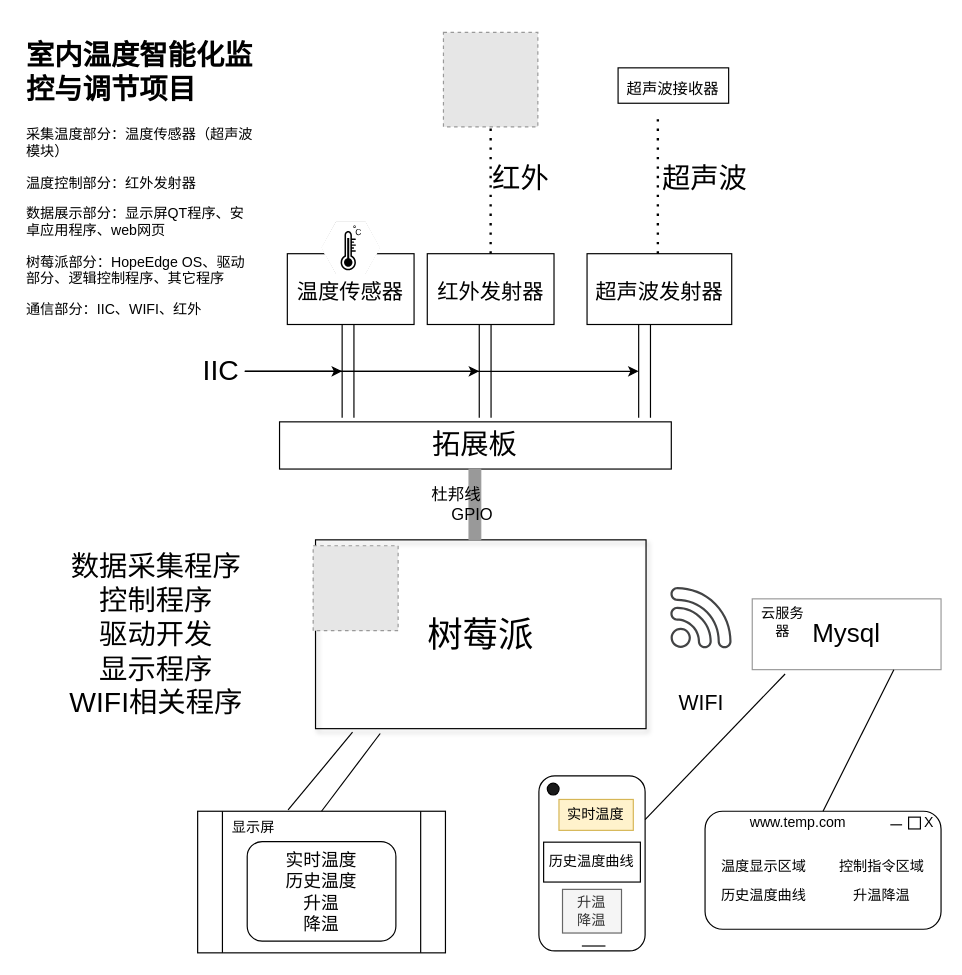
Earlier version of the draw.io diagram file_dir/室内温度智能化监控与调节项目.drawio (voyagerhui/diagrams_files). Source tidied: cells renumbered, new cells numbered last; positions are measured from the earlier drawing's top-left corner, leaving out a move shared by most shapes. Both pictures are drawn from the tidied source at 118%, with x=0, y=0 at pixel (20, 32). Pictures stored in the file or linked from it are replaced by grey dashed boxes.
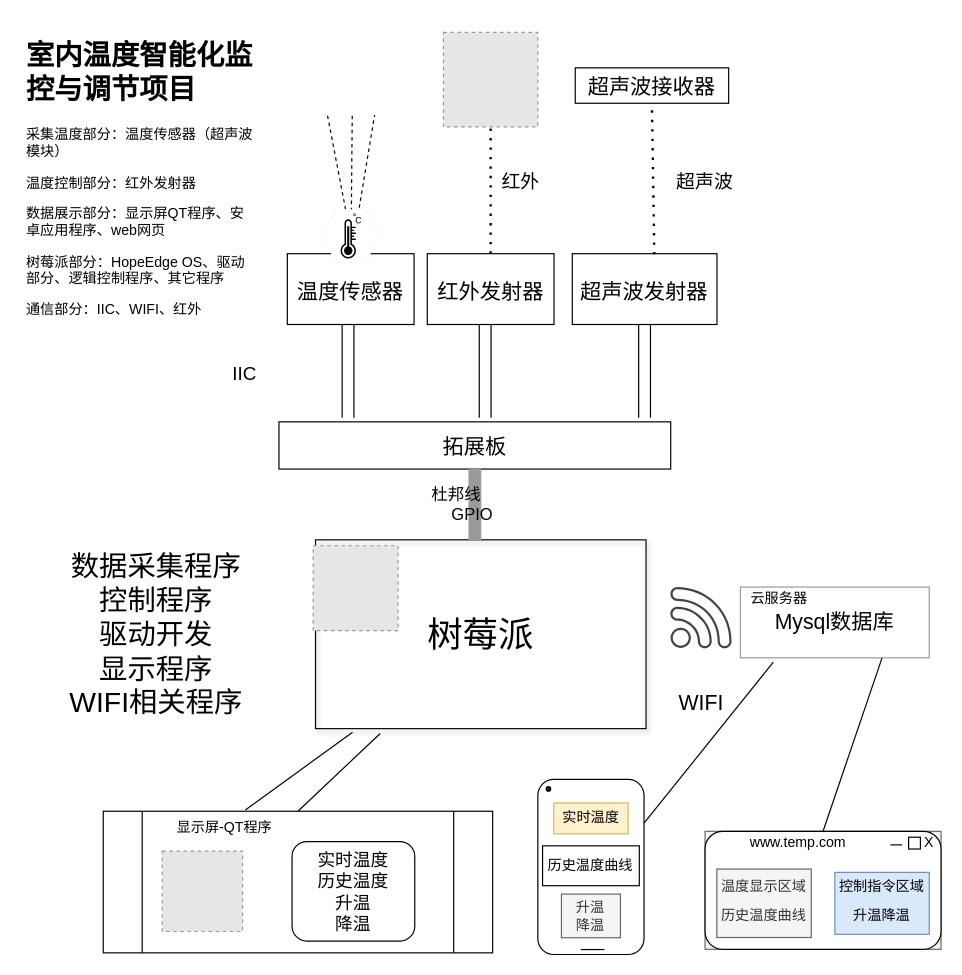
The same diagram, later.

Commit message:
更新室内温度智能化监控与调节项目.drawio

The change refers to these unchanged cells:
```xml
<mxCell id="5" value="&lt;font style=&quot;font-size: 18px&quot;&gt;温度传感器&lt;/font&gt;" style="rounded=0;whiteSpace=wrap;html=1;fontSize=24;" parent="1" vertex="1">
  <mxGeometry x="226" y="187.5" width="107.4" height="60" as="geometry" />
</mxCell>
<mxCell id="6" style="shape=partialRectangle;whiteSpace=wrap;html=1;left=0;right=0;fillColor=none;fontSize=24;rotation=90;" parent="1" vertex="1">
  <mxGeometry x="238.7" y="282.2" width="77.5" height="10" as="geometry" />
</mxCell>
<mxCell id="36" value="&lt;font style=&quot;font-size: 18px&quot;&gt;红外发射器&lt;/font&gt;" style="rounded=0;whiteSpace=wrap;html=1;fontSize=24;" parent="1" vertex="1">
  <mxGeometry x="344.6" y="187.5" width="107.4" height="60" as="geometry" />
</mxCell>
<mxCell id="37" style="shape=partialRectangle;whiteSpace=wrap;html=1;left=0;right=0;fillColor=none;fontSize=24;rotation=90;" parent="1" vertex="1">
  <mxGeometry x="354.9" y="282.2" width="77.5" height="10" as="geometry" />
</mxCell>
<mxCell id="38" style="shape=partialRectangle;whiteSpace=wrap;html=1;left=0;right=0;fillColor=none;fontSize=24;rotation=90;" parent="1" vertex="1">
  <mxGeometry x="490" y="282.2" width="77.5" height="10" as="geometry" />
</mxCell>
<mxCell id="39" style="fillColor=#E6E6E6;strokeColor=#999999;dashed=1;html=1;verticalAlign=top;verticalLabelPosition=bottom;labelBackgroundColor=#ffffff;fontSize=12;" parent="1" vertex="1">
  <mxGeometry x="358.3" width="80" height="80" as="geometry" />
</mxCell>
```

What changed in the source:
```diff
@@
-    <mxCell id="4" value="拓展板" style="rounded=0;whiteSpace=wrap;html=1;fontSize=24;" parent="1" vertex="1">
-      <mxGeometry x="219.4" y="330" width="332" height="40" as="geometry" />
+    <mxCell id="4" value="&lt;font style=&quot;font-size: 18px&quot;&gt;拓展板&lt;/font&gt;" style="rounded=0;whiteSpace=wrap;html=1;fontSize=24;" parent="1" vertex="1">
+      <mxGeometry x="218.9" y="330" width="332" height="40" as="geometry" />
     </mxCell>
@@
-    <mxCell id="7" style="edgeStyle=orthogonalEdgeStyle;rounded=0;jettySize=auto;html=1;fontSize=12;" parent="1" edge="1" source="10" target="6">
-      <mxGeometry relative="1" as="geometry" />
-    </mxCell>
-    <mxCell id="8" style="edgeStyle=orthogonalEdgeStyle;rounded=0;jettySize=auto;html=1;entryX=0.5;entryY=1;entryDx=0;entryDy=0;fontSize=12;" parent="1" edge="1" source="10" target="37">
-      <mxGeometry relative="1" as="geometry" />
-    </mxCell>
-    <mxCell id="9" style="edgeStyle=orthogonalEdgeStyle;rounded=0;jettySize=auto;html=1;entryX=0.5;entryY=1;entryDx=0;entryDy=0;fontSize=12;" parent="1" edge="1" source="10" target="38">
-      <mxGeometry relative="1" as="geometry" />
-    </mxCell>
-    <mxCell id="10" value="IIC" style="text;html=1;strokeColor=none;fillColor=none;align=center;verticalAlign=middle;whiteSpace=wrap;rounded=0;fontSize=24;" parent="1" vertex="1">
-      <mxGeometry x="150" y="273.2" width="40" height="28" as="geometry" />
+    <mxCell id="10" value="&lt;font style=&quot;font-size: 16px&quot;&gt;IIC&lt;/font&gt;" style="text;html=1;strokeColor=none;fillColor=none;align=center;verticalAlign=middle;whiteSpace=wrap;rounded=0;fontSize=24;" parent="1" vertex="1">
+      <mxGeometry x="170" y="273.2" width="40" height="28" as="geometry" />
     </mxCell>
     <mxCell id="11" value="&lt;font style=&quot;font-size: 18px&quot;&gt;超声波发射器&lt;/font&gt;" style="rounded=0;whiteSpace=wrap;html=1;fontSize=24;" parent="1" vertex="1">
-      <mxGeometry x="480" y="187.5" width="122.6" height="60" as="geometry" />
+      <mxGeometry x="467.5" y="187.5" width="122.6" height="60" as="geometry" />
     </mxCell>
-    <mxCell id="12" style="group;" parent="1" vertex="1">
-      <mxGeometry x="580" y="660" width="200" height="100" as="geometry" />
+    <mxCell id="12" style="group;rounded=0;" parent="1" vertex="1">
+      <mxGeometry x="580" y="677" width="200" height="100" as="geometry" />
     </mxCell>
@@
-    <mxCell id="14" style="group;" parent="12" vertex="1">
+    <mxCell id="14" style="group;fillColor=#f5f5f5;strokeColor=#666666;fontColor=#333333;" parent="12" vertex="1">
       <mxGeometry width="200" height="100" as="geometry" />
     </mxCell>
@@
-    <mxCell id="16" value="&lt;div style=&quot;font-size: 12px&quot;&gt;&lt;font style=&quot;font-size: 12px&quot;&gt;控制指令区域&lt;/font&gt;&lt;/div&gt;&lt;div&gt;&lt;font style=&quot;font-size: 12px&quot;&gt;升温降温&lt;br&gt;&lt;/font&gt;&lt;/div&gt;" style="text;html=1;strokeColor=none;fillColor=none;align=center;verticalAlign=middle;whiteSpace=wrap;rounded=0;fontSize=24;" parent="14" vertex="1">
+    <mxCell id="16" value="&lt;div style=&quot;font-size: 12px&quot;&gt;&lt;font style=&quot;font-size: 12px&quot;&gt;控制指令区域&lt;/font&gt;&lt;/div&gt;&lt;div&gt;&lt;font style=&quot;font-size: 12px&quot;&gt;升温降温&lt;br&gt;&lt;/font&gt;&lt;/div&gt;" style="text;html=1;strokeColor=#6c8ebf;fillColor=#dae8fc;align=center;verticalAlign=middle;whiteSpace=wrap;rounded=0;fontSize=24;" parent="14" vertex="1">
       <mxGeometry x="110" y="34.8" width="80" height="52.5" as="geometry" />
     </mxCell>
@@
-    <mxCell id="19" value="&lt;div style=&quot;font-size: 12px&quot;&gt;&lt;font style=&quot;font-size: 12px&quot;&gt;温度显示区域&lt;/font&gt;&lt;/div&gt;&lt;font style=&quot;font-size: 12px&quot;&gt;历史温度曲线&lt;br&gt;&lt;/font&gt;" style="text;html=1;strokeColor=none;fillColor=none;align=center;verticalAlign=middle;whiteSpace=wrap;rounded=0;fontSize=24;" parent="14" vertex="1">
+    <mxCell id="19" value="&lt;div style=&quot;font-size: 12px&quot;&gt;&lt;font style=&quot;font-size: 12px&quot;&gt;温度显示区域&lt;/font&gt;&lt;/div&gt;&lt;font style=&quot;font-size: 12px&quot;&gt;历史温度曲线&lt;br&gt;&lt;/font&gt;" style="text;html=1;strokeColor=#666666;fillColor=#f5f5f5;align=center;verticalAlign=middle;whiteSpace=wrap;rounded=0;fontSize=24;fontColor=#333333;" parent="14" vertex="1">
       <mxGeometry x="10" y="32" width="80" height="58" as="geometry" />
     </mxCell>
@@
     <mxCell id="22" style="group;" parent="1" vertex="1">
-      <mxGeometry x="439.2" y="630" width="90" height="148.4" as="geometry" />
+      <mxGeometry x="438.3" y="633" width="90" height="148.4" as="geometry" />
     </mxCell>
@@
     <mxCell id="24" value="实时温度" style="text;html=1;strokeColor=#d6b656;fillColor=#fff2cc;align=center;verticalAlign=middle;whiteSpace=wrap;rounded=0;fontSize=12;" parent="22" vertex="1">
-      <mxGeometry x="17" y="20" width="63" height="26.2" as="geometry" />
+      <mxGeometry x="13.5" y="20" width="63" height="26.2" as="geometry" />
     </mxCell>
     <mxCell id="25" value="&lt;div&gt;升温&lt;/div&gt;&lt;div&gt;降温&lt;br&gt;&lt;/div&gt;" style="text;html=1;strokeColor=#666666;fillColor=#f5f5f5;align=center;verticalAlign=middle;whiteSpace=wrap;rounded=0;fontSize=12;fontColor=#333333;" parent="22" vertex="1">
-      <mxGeometry x="20" y="96.2" width="50" height="37" as="geometry" />
+      <mxGeometry x="20" y="97.2" width="50" height="37" as="geometry" />
     </mxCell>
@@
     <mxCell id="27" style="ellipse;whiteSpace=wrap;html=1;fontSize=12;fillColor=#1A1A1A;" parent="22" vertex="1">
-      <mxGeometry x="7.1" y="6.2" width="10" height="10" as="geometry" />
+      <mxGeometry x="7.1" y="6.2" width="3.8" height="3.8" as="geometry" />
     </mxCell>
     <mxCell id="28" value="历史温度曲线" style="rounded=0;whiteSpace=wrap;html=1;fontSize=12;fillColor=none;" parent="22" vertex="1">
-      <mxGeometry x="4" y="56.2" width="82" height="33.8" as="geometry" />
+      <mxGeometry x="4" y="56.3" width="82" height="33.8" as="geometry" />
     </mxCell>
     <mxCell id="29" style="group;fontSize=14;" parent="1" vertex="1">
-      <mxGeometry x="150" y="660" width="210" height="120" as="geometry" />
+      <mxGeometry x="70" y="660" width="330" height="120" as="geometry" />
     </mxCell>
     <mxCell id="30" style="shape=process;whiteSpace=wrap;html=1;backgroundOutline=1;fillColor=none;fontSize=12;" parent="29" vertex="1">
-      <mxGeometry width="210" height="120" as="geometry" />
+      <mxGeometry width="330" height="120" as="geometry" />
     </mxCell>
-    <mxCell id="31" value="显示屏" style="text;html=1;strokeColor=none;fillColor=none;align=center;verticalAlign=middle;whiteSpace=wrap;rounded=0;fontSize=12;" parent="29" vertex="1">
-      <mxGeometry x="21" y="2.9" width="52.5" height="22.9" as="geometry" />
+    <mxCell id="31" value="显示屏-QT程序" style="text;html=1;strokeColor=none;fillColor=none;align=center;verticalAlign=middle;whiteSpace=wrap;rounded=0;fontSize=12;" parent="29" vertex="1">
+      <mxGeometry x="33" y="2.9" width="139.9" height="22.9" as="geometry" />
     </mxCell>
     <mxCell id="32" value="&lt;div style=&quot;font-size: 15px&quot;&gt;&lt;font style=&quot;font-size: 15px&quot;&gt;实时温度&lt;/font&gt;&lt;/div&gt;&lt;div style=&quot;font-size: 15px&quot;&gt;&lt;font style=&quot;font-size: 15px&quot;&gt;历史温度&lt;/font&gt;&lt;/div&gt;&lt;div style=&quot;font-size: 15px&quot;&gt;&lt;font style=&quot;font-size: 15px&quot;&gt;升温&lt;/font&gt;&lt;/div&gt;&lt;font style=&quot;font-size: 15px&quot;&gt;降温&lt;/font&gt;" style="rounded=1;whiteSpace=wrap;html=1;fillColor=none;fontSize=12;" parent="29" vertex="1">
-      <mxGeometry x="42" y="25.7" width="126" height="84.3" as="geometry" />
+      <mxGeometry x="160" y="25.7" width="104" height="84.3" as="geometry" />
     </mxCell>
+    <mxCell id="56" style="fillColor=#E6E6E6;strokeColor=#999999;dashed=1;html=1;verticalAlign=top;verticalLabelPosition=bottom;labelBackgroundColor=#ffffff;" parent="29" vertex="1">
+      <mxGeometry x="50" y="33.8" width="68.1" height="68.1" as="geometry" />
+    </mxCell>
@@
-    <mxCell id="40" style="endArrow=none;dashed=1;html=1;dashPattern=1 3;strokeWidth=2;fontSize=12;entryX=0.5;entryY=1;entryDx=0;entryDy=0;" parent="1" edge="1" source="36" target="39">
+    <mxCell id="40" style="endArrow=none;dashed=1;html=1;dashPattern=1 3;strokeWidth=2;fontSize=12;" parent="1" edge="1" source="36" target="39">
       <mxGeometry relative="1" as="geometry" />
     </mxCell>
-    <mxCell id="41" style="verticalLabelPosition=bottom;html=1;verticalAlign=top;align=center;points=[[0,0.5,0],[0.125,0.25,0],[0.25,0,0],[0.5,0,0],[0.75,0,0],[0.875,0.25,0],[1,0.5,0],[0.875,0.75,0],[0.75,1,0],[0.5,1,0],[0.125,0.75,0]];shape=mxgraph.cisco_safe.compositeIcon;bgIcon=mxgraph.cisco_safe.design.blank_device;resIcon=mxgraph.cisco_safe.design.sensor;shadow=0;fontSize=12;" parent="1" vertex="1">
-      <mxGeometry x="254.7" y="160" width="50" height="45" as="geometry" />
-    </mxCell>
-    <mxCell id="42" value="红外" style="text;html=1;strokeColor=none;fillColor=none;align=center;verticalAlign=middle;whiteSpace=wrap;rounded=0;fontSize=24;" parent="1" vertex="1">
+    <mxCell id="42" value="&lt;font style=&quot;font-size: 16px&quot;&gt;红外&lt;/font&gt;" style="text;html=1;strokeColor=none;fillColor=none;align=center;verticalAlign=middle;whiteSpace=wrap;rounded=0;fontSize=24;" parent="1" vertex="1">
       <mxGeometry x="398.3" y="110" width="51.7" height="28" as="geometry" />
     </mxCell>
-    <mxCell id="43" style="endArrow=none;dashed=1;html=1;dashPattern=1 3;strokeWidth=2;fontSize=12;entryX=0.5;entryY=1;entryDx=0;entryDy=0;" parent="1" edge="1">
+    <mxCell id="43" style="endArrow=none;dashed=1;html=1;dashPattern=1 3;strokeWidth=2;fontSize=12;entryX=0.5;entryY=1;entryDx=0;entryDy=0;" parent="1" edge="1" target="45">
       <mxGeometry relative="1" as="geometry">
-        <mxPoint x="540" y="187.5" as="sourcePoint" />
-        <mxPoint x="540" y="70" as="targetPoint" />
+        <mxPoint x="537" y="188" as="sourcePoint" />
       </mxGeometry>
     </mxCell>
-    <mxCell id="44" value="&lt;font style=&quot;font-size: 24px;&quot;&gt;超声波&lt;/font&gt;" style="text;html=1;strokeColor=none;fillColor=none;align=center;verticalAlign=middle;whiteSpace=wrap;rounded=0;fontSize=24;" parent="1" vertex="1">
+    <mxCell id="44" value="&lt;font style=&quot;font-size: 16px&quot;&gt;超声波&lt;/font&gt;" style="text;html=1;strokeColor=none;fillColor=none;align=center;verticalAlign=middle;whiteSpace=wrap;rounded=0;fontSize=24;" parent="1" vertex="1">
       <mxGeometry x="540" y="110" width="80" height="28" as="geometry" />
     </mxCell>
-    <mxCell id="45" value="&lt;font style=&quot;font-size: 13px&quot;&gt;超声波接收器&lt;/font&gt;" style="rounded=0;whiteSpace=wrap;html=1;fontSize=24;" parent="1" vertex="1">
-      <mxGeometry x="506.3" y="30" width="93.7" height="30" as="geometry" />
+    <mxCell id="45" value="&lt;font style=&quot;font-size: 18px&quot;&gt;超声波接收器&lt;/font&gt;" style="rounded=0;whiteSpace=wrap;html=1;fontSize=24;" parent="1" vertex="1">
+      <mxGeometry x="470" y="30" width="130" height="30" as="geometry" />
     </mxCell>
@@
     <mxCell id="48" style="group;" parent="1" vertex="1">
-      <mxGeometry x="620" y="480" width="160" height="60" as="geometry" />
+      <mxGeometry x="610" y="470" width="160" height="60" as="geometry" />
     </mxCell>
-    <mxCell id="49" value="&lt;font style=&quot;font-size: 22px&quot;&gt;Mysql&lt;/font&gt;" style="rounded=0;whiteSpace=wrap;html=1;shadow=0;strokeColor=#999999;fontSize=12;fillColor=none;" parent="48" vertex="1">
+    <mxCell id="49" value="&lt;font style=&quot;font-size: 18px&quot;&gt;Mysql数据库&lt;/font&gt;" style="rounded=0;whiteSpace=wrap;html=1;shadow=0;strokeColor=#999999;fontSize=12;fillColor=none;" parent="48" vertex="1">
       <mxGeometry width="160" height="60" as="geometry" />
     </mxCell>
     <mxCell id="50" value="云服务器" style="text;html=1;strokeColor=none;fillColor=none;align=center;verticalAlign=middle;whiteSpace=wrap;rounded=0;shadow=0;fontSize=12;" parent="48" vertex="1">
-      <mxGeometry x="4" y="10" width="43.7" height="20" as="geometry" />
+      <mxGeometry width="66" height="20" as="geometry" />
     </mxCell>
@@
+    <mxCell id="57" style="endArrow=none;dashed=1;html=1;" parent="1" edge="1" target="41">
+      <mxGeometry relative="1" as="geometry">
+        <mxPoint x="280" y="187.5" as="sourcePoint" />
+      </mxGeometry>
+    </mxCell>
+    <mxCell id="58" style="group;" parent="1" vertex="1">
+      <mxGeometry x="254.7" y="70" width="50" height="125" as="geometry" />
+    </mxCell>
+    <mxCell id="59" style="endArrow=none;dashed=1;html=1;" parent="58" edge="1" source="5">
+      <mxGeometry relative="1" as="geometry">
+        <mxPoint x="26.3" as="targetPoint" />
+      </mxGeometry>
+    </mxCell>
+    <mxCell id="60" style="endArrow=none;dashed=1;html=1;" parent="58" edge="1" source="41">
+      <mxGeometry relative="1" as="geometry">
+        <mxPoint x="5.3" as="targetPoint" />
+      </mxGeometry>
+    </mxCell>
+    <mxCell id="61" style="endArrow=none;dashed=1;html=1;" parent="58" edge="1">
+      <mxGeometry relative="1" as="geometry">
+        <mxPoint x="25.3" y="120" as="sourcePoint" />
+        <mxPoint x="45.3" as="targetPoint" />
+      </mxGeometry>
+    </mxCell>
+    <mxCell id="41" style="verticalLabelPosition=bottom;html=1;verticalAlign=top;align=center;points=[[0,0.5,0],[0.125,0.25,0],[0.25,0,0],[0.5,0,0],[0.75,0,0],[0.875,0.25,0],[1,0.5,0],[0.875,0.75,0],[0.75,1,0],[0.5,1,0],[0.125,0.75,0]];shape=mxgraph.cisco_safe.compositeIcon;bgIcon=mxgraph.cisco_safe.design.blank_device;resIcon=mxgraph.cisco_safe.design.sensor;shadow=0;fontSize=12;" parent="58" vertex="1">
+      <mxGeometry y="80" width="50" height="45" as="geometry" />
+    </mxCell>
```
